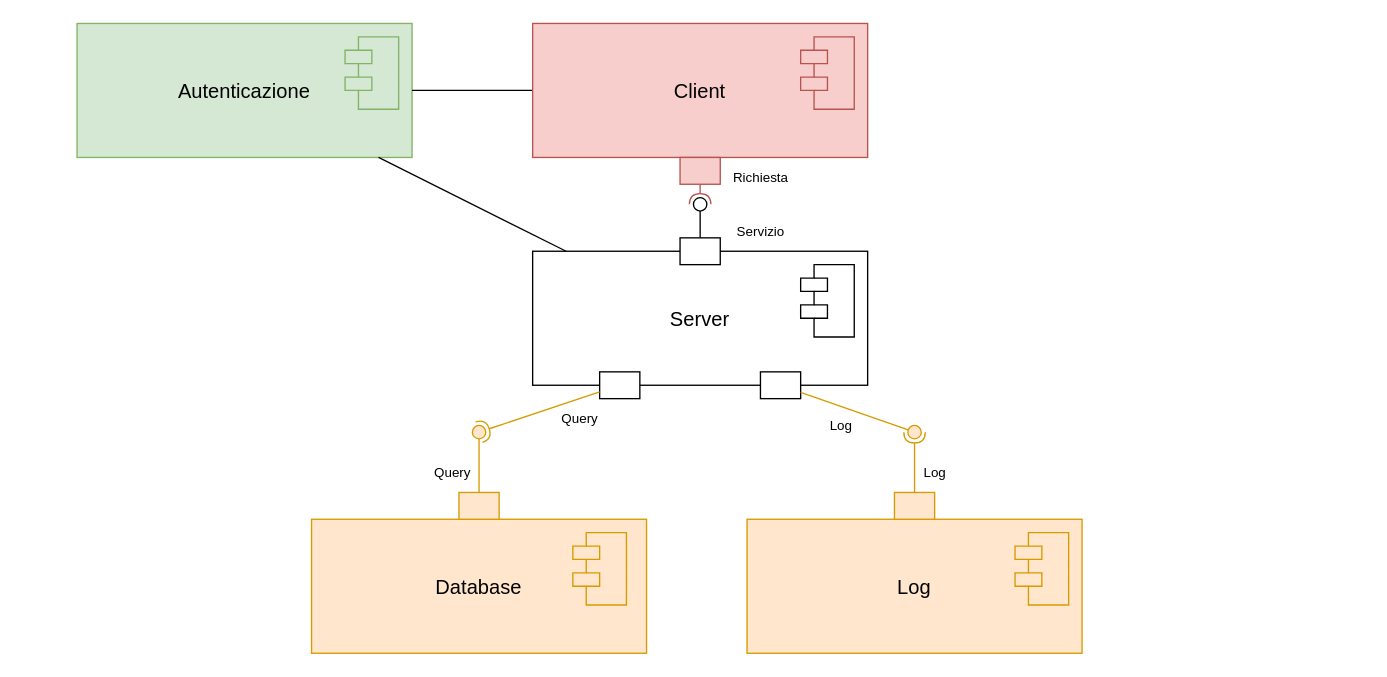
Earlier version of the draw.io diagram page "diagramma dei componenti" (2 of 3) of Progettazione Architetturale.drawio (Marco-Burattoni/Progetto-ids). Source tidied: cells renumbered, new cells numbered last; positions are measured from the earlier drawing's top-left corner, leaving out a move shared by most shapes. Both pictures are drawn from the tidied source at 134%, with x=0, y=0 at pixel (76, 23).
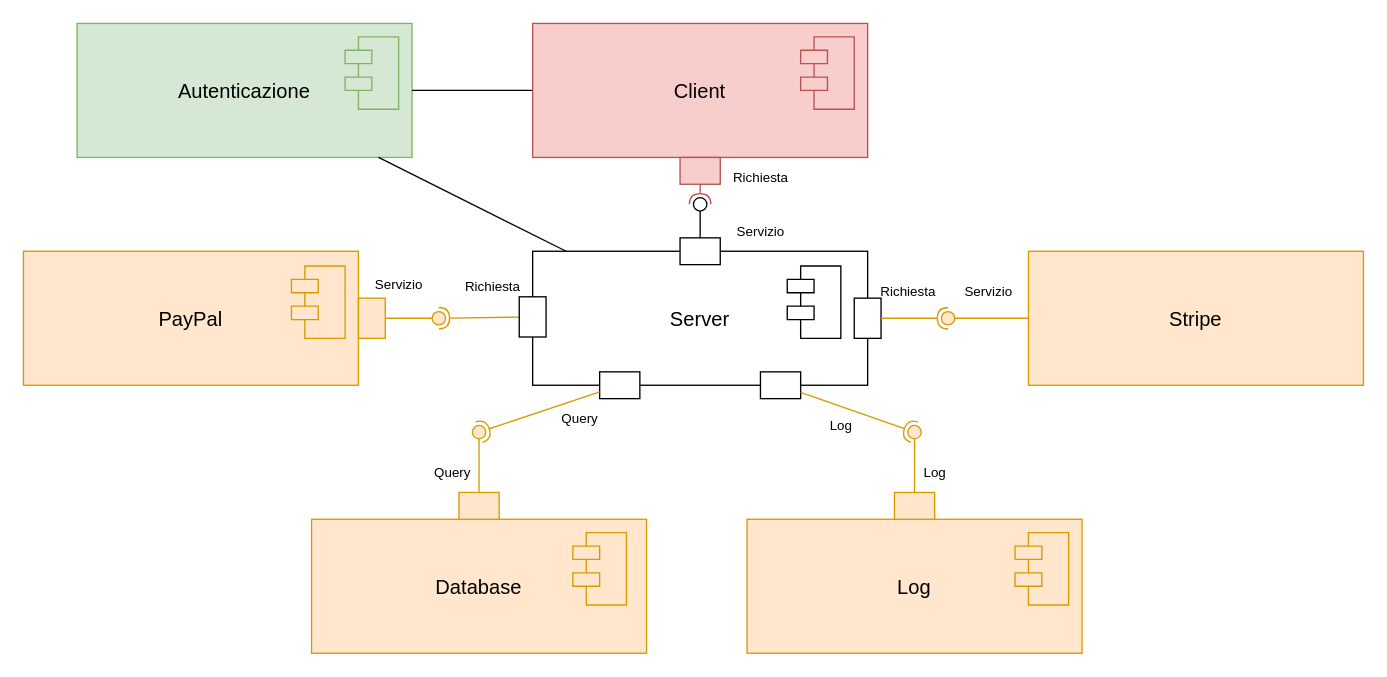
The same diagram, later.

The change refers to these unchanged cells:
```xml
<mxCell id="16" style="rounded=0;whiteSpace=wrap;html=1;fontSize=15;fillColor=#ffe6cc;strokeColor=#d79b00;" parent="1" vertex="1">
  <mxGeometry x="610" y="350" width="30" height="20" as="geometry" />
</mxCell>
<mxCell id="17" style="rounded=0;whiteSpace=wrap;html=1;fontSize=15;" parent="1" vertex="1">
  <mxGeometry x="510" y="260" width="30" height="20" as="geometry" />
</mxCell>
<mxCell id="28" style="ellipse;whiteSpace=wrap;html=1;align=center;points=[];outlineConnect=0;sketch=0;fontSize=15;fillColor=#ffe6cc;strokeColor=#d79b00;" parent="1" vertex="1">
  <mxGeometry x="620" y="300" width="10" height="10" as="geometry" />
</mxCell>
```

What changed in the source:
```diff
@@
     <mxCell id="13" style="shape=module;align=left;spacingLeft=20;align=center;verticalAlign=top;fontSize=15;" parent="1" vertex="1">
-      <mxGeometry x="540" y="180" width="40" height="54" as="geometry" />
+      <mxGeometry x="530" y="181" width="40" height="54" as="geometry" />
     </mxCell>
@@
-    <mxCell id="26" style="rounded=0;jettySize=auto;html=1;endArrow=none;endFill=0;sketch=0;sourcePerimeterSpacing=0;targetPerimeterSpacing=0;fontSize=15;fillColor=#ffe6cc;strokeColor=#d79b00;" parent="1" edge="1" source="17" target="28">
+    <mxCell id="26" style="rounded=0;jettySize=auto;html=1;endArrow=none;endFill=0;sketch=0;sourcePerimeterSpacing=0;targetPerimeterSpacing=0;fontSize=15;fillColor=#ffe6cc;strokeColor=#d79b00;" parent="1" edge="1" source="16" target="28">
       <mxGeometry relative="1" as="geometry" />
     </mxCell>
-    <mxCell id="27" style="rounded=0;jettySize=auto;html=1;endArrow=halfCircle;endFill=0;entryX=0.5;entryY=0.5;endSize=6;strokeWidth=1;sketch=0;fontSize=15;fillColor=#ffe6cc;strokeColor=#d79b00;" parent="1" edge="1" source="16" target="28">
+    <mxCell id="27" style="rounded=0;jettySize=auto;html=1;endArrow=halfCircle;endFill=0;entryX=0.5;entryY=0.5;endSize=6;strokeWidth=1;sketch=0;fontSize=15;fillColor=#ffe6cc;strokeColor=#d79b00;" parent="1" edge="1" source="17" target="28">
       <mxGeometry relative="1" as="geometry" />
     </mxCell>
@@
+    <mxCell id="35" value="PayPal" style="rounded=0;whiteSpace=wrap;html=1;fontSize=15;fillColor=#ffe6cc;strokeColor=#d79b00;" parent="1" vertex="1">
+      <mxGeometry x="-40" y="170" width="250" height="100" as="geometry" />
+    </mxCell>
+    <mxCell id="36" value="Stripe" style="rounded=0;whiteSpace=wrap;html=1;fontSize=15;fillColor=#ffe6cc;strokeColor=#d79b00;" parent="1" vertex="1">
+      <mxGeometry x="710" y="170" width="250" height="100" as="geometry" />
+    </mxCell>
+    <mxCell id="37" style="rounded=0;jettySize=auto;html=1;endArrow=none;endFill=0;sketch=0;sourcePerimeterSpacing=0;targetPerimeterSpacing=0;fillColor=#ffe6cc;strokeColor=#d79b00;" parent="1" edge="1" source="40" target="39">
+      <mxGeometry relative="1" as="geometry" />
+    </mxCell>
+    <mxCell id="38" style="rounded=0;jettySize=auto;html=1;endArrow=halfCircle;endFill=0;entryX=0.5;entryY=0.5;endSize=6;strokeWidth=1;sketch=0;fillColor=#ffe6cc;strokeColor=#d79b00;startArrow=none;" parent="1" edge="1" source="42" target="39">
+      <mxGeometry relative="1" as="geometry" />
+    </mxCell>
+    <mxCell id="39" style="ellipse;whiteSpace=wrap;html=1;align=center;points=[];outlineConnect=0;sketch=0;fillColor=#ffe6cc;strokeColor=#d79b00;" parent="1" vertex="1">
+      <mxGeometry x="265" y="215" width="10" height="10" as="geometry" />
+    </mxCell>
+    <mxCell id="40" style="rounded=0;whiteSpace=wrap;html=1;fontSize=15;fillColor=#ffe6cc;strokeColor=#d79b00;direction=south;" parent="1" vertex="1">
+      <mxGeometry x="210" y="205" width="20" height="30" as="geometry" />
+    </mxCell>
+    <mxCell id="41" style="shape=module;align=left;spacingLeft=20;align=center;verticalAlign=top;fontSize=15;fillColor=#ffe6cc;strokeColor=#d79b00;" parent="1" vertex="1">
+      <mxGeometry x="160" y="181" width="40" height="54" as="geometry" />
+    </mxCell>
+    <mxCell id="42" style="rounded=0;whiteSpace=wrap;html=1;fontSize=15;direction=south;" parent="1" vertex="1">
+      <mxGeometry x="330" y="204" width="20" height="30" as="geometry" />
+    </mxCell>
+    <mxCell id="43" style="rounded=0;whiteSpace=wrap;html=1;fontSize=15;direction=south;" parent="1" vertex="1">
+      <mxGeometry x="580" y="205" width="20" height="30" as="geometry" />
+    </mxCell>
+    <mxCell id="44" style="rounded=0;jettySize=auto;html=1;endArrow=none;endFill=0;sketch=0;sourcePerimeterSpacing=0;targetPerimeterSpacing=0;fillColor=#ffe6cc;strokeColor=#d79b00;" parent="1" edge="1" source="36" target="46">
+      <mxGeometry relative="1" as="geometry" />
+    </mxCell>
+    <mxCell id="45" style="rounded=0;jettySize=auto;html=1;endArrow=halfCircle;endFill=0;entryX=0.5;entryY=0.5;endSize=6;strokeWidth=1;sketch=0;fillColor=#ffe6cc;strokeColor=#d79b00;" parent="1" edge="1" source="43" target="46">
+      <mxGeometry relative="1" as="geometry" />
+    </mxCell>
+    <mxCell id="46" style="ellipse;whiteSpace=wrap;html=1;align=center;points=[];outlineConnect=0;sketch=0;fillColor=#ffe6cc;strokeColor=#d79b00;" parent="1" vertex="1">
+      <mxGeometry x="645" y="215" width="10" height="10" as="geometry" />
+    </mxCell>
+    <mxCell id="47" value="Richiesta" style="text;html=1;align=center;verticalAlign=middle;strokeColor=none;fillColor=none;fontSize=10;" parent="1" vertex="1">
+      <mxGeometry x="280" y="181" width="60" height="30" as="geometry" />
+    </mxCell>
+    <mxCell id="48" value="Richiesta" style="text;html=1;align=center;verticalAlign=middle;strokeColor=none;fillColor=none;fontSize=10;" parent="1" vertex="1">
+      <mxGeometry x="590" y="185" width="60" height="30" as="geometry" />
+    </mxCell>
+    <mxCell id="49" value="Servizio" style="text;html=1;align=center;verticalAlign=middle;strokeColor=none;fillColor=none;fontSize=10;" parent="1" vertex="1">
+      <mxGeometry x="650" y="185" width="60" height="30" as="geometry" />
+    </mxCell>
+    <mxCell id="50" value="Servizio" style="text;html=1;align=center;verticalAlign=middle;strokeColor=none;fillColor=none;fontSize=10;" parent="1" vertex="1">
+      <mxGeometry x="210" y="180" width="60" height="30" as="geometry" />
+    </mxCell>
```
